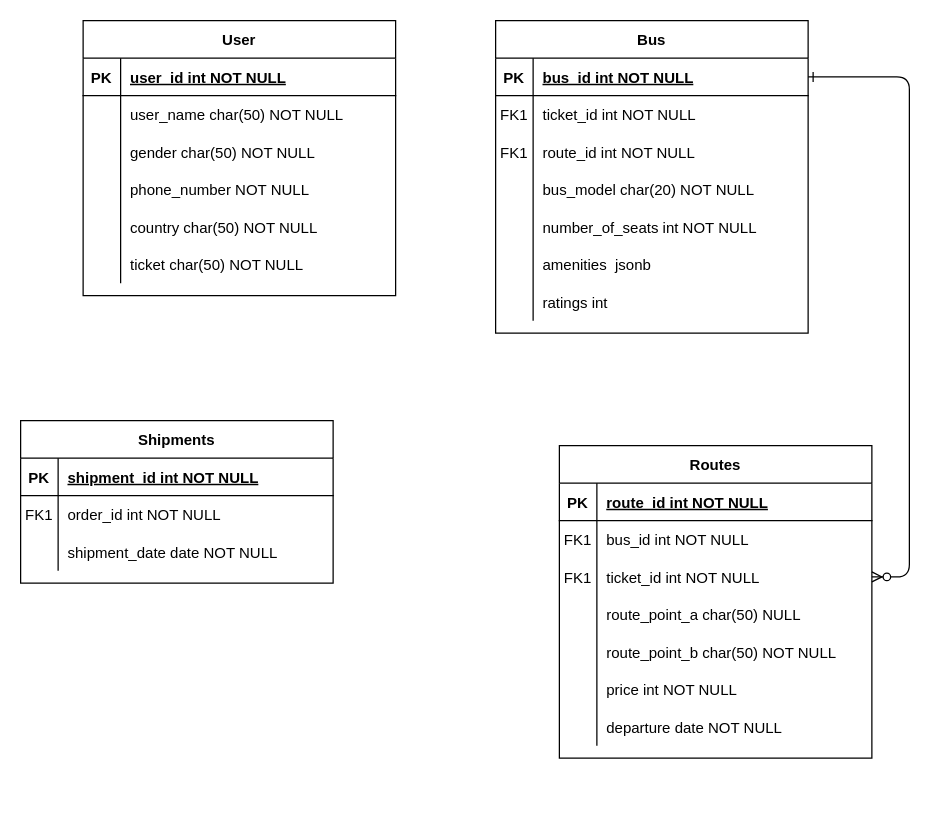
Above: Untitled Diagram.drawio in SimonGideon/CODSOFT (draw.io), before the change. Source tidied: cells renumbered, new cells numbered last; positions are measured from the earlier drawing's top-left corner, leaving out a move shared by most shapes. Both pictures are drawn from the tidied source at 125%, with x=0, y=0 at pixel (20, 20).
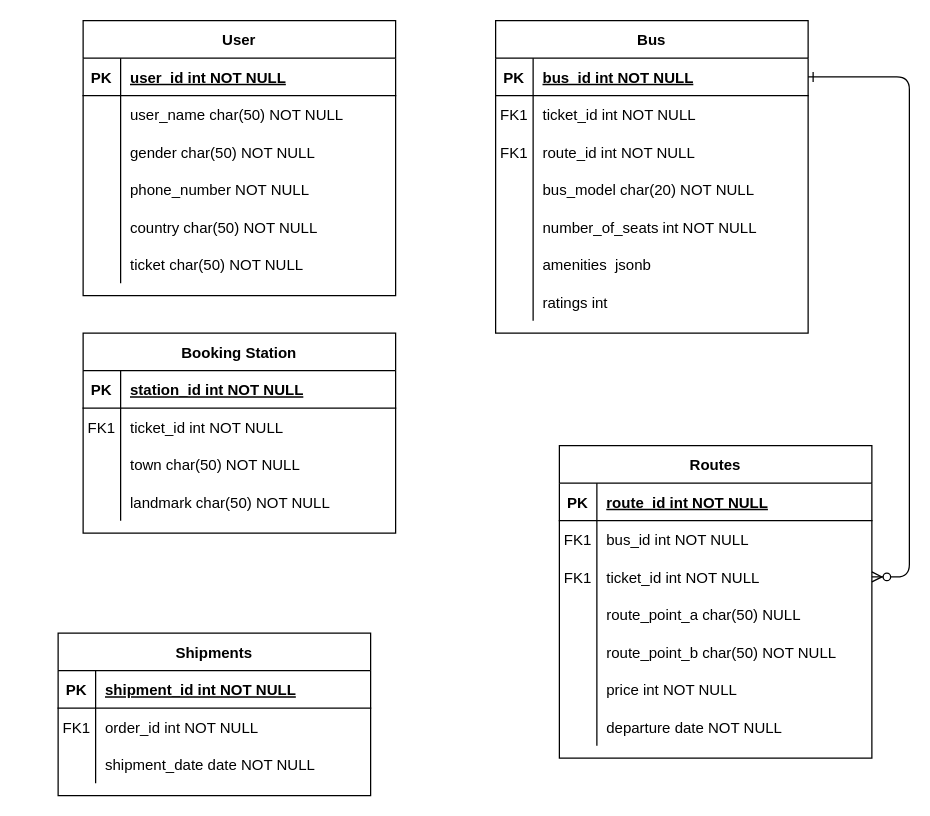
Above is the later version.

Commit message:
Add booking statition

The change refers to these unchanged cells:
```xml
<mxCell id="67" style="shape=partialRectangle;fillColor=none;top=0;left=0;right=0;bottom=1;" parent="66" vertex="1">
  <mxGeometry y="30" width="250" height="30" as="geometry" />
</mxCell>
<mxCell id="70" style="shape=partialRectangle;fillColor=none;top=0;left=0;right=0;bottom=0;" parent="66" vertex="1">
  <mxGeometry y="60" width="250" height="30" as="geometry" />
</mxCell>
<mxCell id="73" style="shape=partialRectangle;fillColor=none;top=0;left=0;right=0;bottom=0;" parent="66" vertex="1">
  <mxGeometry y="90" width="250" height="30" as="geometry" />
</mxCell>
```

Change to the diagram source:
```diff
@@
-    <mxCell id="66" value="Shipments" style="shape=table;startSize=30;childLayout=tableLayout;rowLines=0;fontStyle=1;align=center;" parent="1" vertex="1">
-      <mxGeometry y="320" width="250" height="130" as="geometry" />
+    <mxCell id="66" value="Booking Station" style="shape=table;startSize=30;childLayout=tableLayout;rowLines=0;fontStyle=1;align=center;" parent="1" vertex="1">
+      <mxGeometry x="50" y="250" width="250" height="160" as="geometry" />
     </mxCell>
@@
-    <mxCell id="69" value="shipment_id int NOT NULL " style="shape=partialRectangle;overflow=hidden;fillColor=none;top=0;left=0;bottom=0;right=0;align=left;spacingLeft=6;fontStyle=5;" parent="67" vertex="1">
+    <mxCell id="69" value="station_id int NOT NULL " style="shape=partialRectangle;overflow=hidden;fillColor=none;top=0;left=0;bottom=0;right=0;align=left;spacingLeft=6;fontStyle=5;" parent="67" vertex="1">
       <mxGeometry x="30" width="220" height="30" as="geometry" />
     </mxCell>
@@
-    <mxCell id="72" value="order_id int NOT NULL" style="shape=partialRectangle;overflow=hidden;fillColor=none;top=0;left=0;bottom=0;right=0;align=left;spacingLeft=6;" parent="70" vertex="1">
+    <mxCell id="72" value="ticket_id int NOT NULL" style="shape=partialRectangle;overflow=hidden;fillColor=none;top=0;left=0;bottom=0;right=0;align=left;spacingLeft=6;" parent="70" vertex="1">
       <mxGeometry x="30" width="220" height="30" as="geometry" />
     </mxCell>
@@
-    <mxCell id="75" value="shipment_date date NOT NULL" style="shape=partialRectangle;overflow=hidden;fillColor=none;top=0;left=0;bottom=0;right=0;align=left;spacingLeft=6;" parent="73" vertex="1">
+    <mxCell id="75" value="town char(50) NOT NULL" style="shape=partialRectangle;overflow=hidden;fillColor=none;top=0;left=0;bottom=0;right=0;align=left;spacingLeft=6;" parent="73" vertex="1">
       <mxGeometry x="30" width="220" height="30" as="geometry" />
     </mxCell>
+    <mxCell id="76" style="shape=partialRectangle;fillColor=none;top=0;left=0;right=0;bottom=0;" parent="66" vertex="1">
+      <mxGeometry y="120" width="250" height="30" as="geometry" />
+    </mxCell>
+    <mxCell id="77" style="shape=partialRectangle;overflow=hidden;fillColor=none;top=0;left=0;bottom=0;right=0;" parent="76" vertex="1">
+      <mxGeometry width="30" height="30" as="geometry" />
+    </mxCell>
+    <mxCell id="78" value="landmark char(50) NOT NULL" style="shape=partialRectangle;overflow=hidden;fillColor=none;top=0;left=0;bottom=0;right=0;align=left;spacingLeft=6;" parent="76" vertex="1">
+      <mxGeometry x="30" width="220" height="30" as="geometry" />
+    </mxCell>
+    <mxCell id="79" value="Shipments" style="shape=table;startSize=30;childLayout=tableLayout;rowLines=0;fontStyle=1;align=center;" parent="1" vertex="1">
+      <mxGeometry x="30" y="490" width="250" height="130" as="geometry" />
+    </mxCell>
+    <mxCell id="80" style="shape=partialRectangle;fillColor=none;top=0;left=0;right=0;bottom=1;" parent="79" vertex="1">
+      <mxGeometry y="30" width="250" height="30" as="geometry" />
+    </mxCell>
+    <mxCell id="81" value="PK" style="shape=partialRectangle;overflow=hidden;fillColor=none;top=0;left=0;bottom=0;right=0;fontStyle=1;" parent="80" vertex="1">
+      <mxGeometry width="30" height="30" as="geometry" />
+    </mxCell>
+    <mxCell id="82" value="shipment_id int NOT NULL " style="shape=partialRectangle;overflow=hidden;fillColor=none;top=0;left=0;bottom=0;right=0;align=left;spacingLeft=6;fontStyle=5;" parent="80" vertex="1">
+      <mxGeometry x="30" width="220" height="30" as="geometry" />
+    </mxCell>
+    <mxCell id="83" style="shape=partialRectangle;fillColor=none;top=0;left=0;right=0;bottom=0;" parent="79" vertex="1">
+      <mxGeometry y="60" width="250" height="30" as="geometry" />
+    </mxCell>
+    <mxCell id="84" value="FK1" style="shape=partialRectangle;overflow=hidden;fillColor=none;top=0;left=0;bottom=0;right=0;" parent="83" vertex="1">
+      <mxGeometry width="30" height="30" as="geometry" />
+    </mxCell>
+    <mxCell id="85" value="order_id int NOT NULL" style="shape=partialRectangle;overflow=hidden;fillColor=none;top=0;left=0;bottom=0;right=0;align=left;spacingLeft=6;" parent="83" vertex="1">
+      <mxGeometry x="30" width="220" height="30" as="geometry" />
+    </mxCell>
+    <mxCell id="86" style="shape=partialRectangle;fillColor=none;top=0;left=0;right=0;bottom=0;" parent="79" vertex="1">
+      <mxGeometry y="90" width="250" height="30" as="geometry" />
+    </mxCell>
+    <mxCell id="87" style="shape=partialRectangle;overflow=hidden;fillColor=none;top=0;left=0;bottom=0;right=0;" parent="86" vertex="1">
+      <mxGeometry width="30" height="30" as="geometry" />
+    </mxCell>
+    <mxCell id="88" value="shipment_date date NOT NULL" style="shape=partialRectangle;overflow=hidden;fillColor=none;top=0;left=0;bottom=0;right=0;align=left;spacingLeft=6;" parent="86" vertex="1">
+      <mxGeometry x="30" width="220" height="30" as="geometry" />
+    </mxCell>
```
